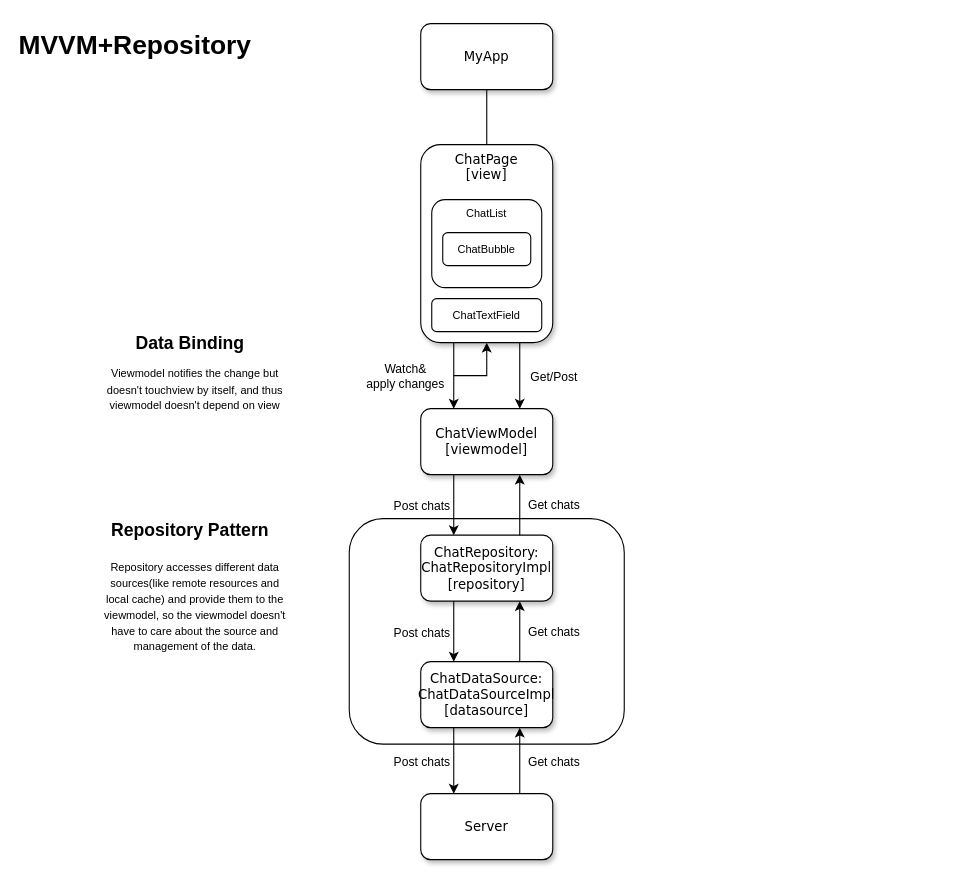
Above: lib/chatapp.drawio in TakabayaP/chatapp (draw.io), before the change. Source tidied: cells renumbered, new cells numbered last; positions are measured from the earlier drawing's top-left corner, leaving out a move shared by most shapes. Both pictures are drawn from the tidied source at 110%, with x=0, y=0 at pixel (79, 23).
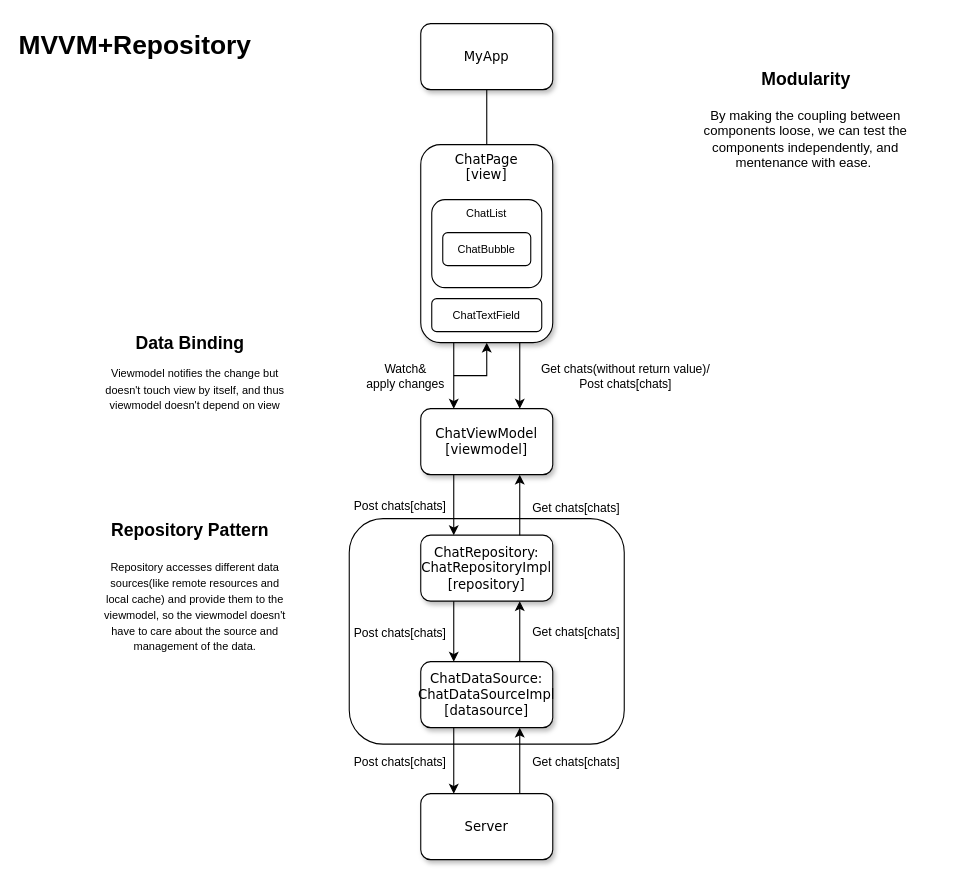
Above is the later version.

Commit message:
update: add description of modularity

Unchanged cells that the change refers to:
```xml
<mxCell id="11" style="endArrow=classic;html=1;rounded=0;labelBorderColor=none;comic=0;exitX=0.75;exitY=0;exitDx=0;exitDy=0;entryX=0.75;entryY=1;entryDx=0;entryDy=0;" parent="1" edge="1" source="10" target="7">
  <mxGeometry relative="1" as="geometry" />
</mxCell>
<mxCell id="13" style="endArrow=classic;html=1;rounded=0;labelBorderColor=none;comic=0;exitX=0.25;exitY=1;exitDx=0;exitDy=0;entryX=0.25;entryY=0;entryDx=0;entryDy=0;" parent="1" edge="1" source="7" target="10">
  <mxGeometry relative="1" as="geometry" />
</mxCell>
<mxCell id="15" style="endArrow=classic;html=1;rounded=0;labelBorderColor=none;comic=0;exitX=0.75;exitY=1;exitDx=0;exitDy=0;entryX=0.75;entryY=0;entryDx=0;entryDy=0;" parent="1" edge="1" source="5" target="7">
  <mxGeometry relative="1" as="geometry">
    <Array as="points">
      <mxPoint x="400" y="320" />
    </Array>
  </mxGeometry>
</mxCell>
<mxCell id="18" style="endArrow=classic;html=1;rounded=0;labelBorderColor=none;comic=0;exitX=0.25;exitY=1;exitDx=0;exitDy=0;entryX=0.25;entryY=0;entryDx=0;entryDy=0;" parent="1" edge="1" source="10" target="17">
  <mxGeometry relative="1" as="geometry" />
</mxCell>
<mxCell id="20" style="endArrow=classic;html=1;rounded=0;labelBorderColor=none;comic=0;exitX=0.75;exitY=0;exitDx=0;exitDy=0;entryX=0.75;entryY=1;entryDx=0;entryDy=0;" parent="1" edge="1" source="17" target="10">
  <mxGeometry relative="1" as="geometry" />
</mxCell>
<mxCell id="23" style="endArrow=classic;html=1;rounded=0;labelBorderColor=none;comic=0;exitX=0.25;exitY=1;exitDx=0;exitDy=0;entryX=0.25;entryY=0;entryDx=0;entryDy=0;" parent="1" edge="1" source="17" target="22">
  <mxGeometry relative="1" as="geometry" />
</mxCell>
<mxCell id="25" style="endArrow=classic;html=1;rounded=0;labelBorderColor=none;comic=0;exitX=0.75;exitY=0;exitDx=0;exitDy=0;entryX=0.75;entryY=1;entryDx=0;entryDy=0;" parent="1" edge="1" source="22">
  <mxGeometry relative="1" as="geometry">
    <mxPoint x="400" y="640" as="targetPoint" />
  </mxGeometry>
</mxCell>
```

Change to the diagram source:
```diff
@@
-    <mxCell id="12" value="Get chats" style="edgeLabel;html=1;align=center;verticalAlign=middle;" parent="11" vertex="1">
+    <mxCell id="12" value="Get chats[chats]" style="edgeLabel;html=1;align=center;verticalAlign=middle;" parent="11" vertex="1">
       <mxGeometry relative="1" as="geometry">
-        <mxPoint x="30" as="offset" />
+        <mxPoint x="50" y="2" as="offset" />
       </mxGeometry>
     </mxCell>
@@
-    <mxCell id="14" value="Post chats" style="edgeLabel;html=1;align=center;verticalAlign=middle;" parent="13" vertex="1">
+    <mxCell id="14" value="Post chats[chats]" style="edgeLabel;html=1;align=center;verticalAlign=middle;" parent="13" vertex="1">
       <mxGeometry relative="1" as="geometry">
-        <mxPoint x="-30" as="offset" />
+        <mxPoint x="-50" as="offset" />
       </mxGeometry>
     </mxCell>
@@
-    <mxCell id="16" value="Get/Post" style="edgeLabel;html=1;align=center;verticalAlign=middle;" parent="15" vertex="1">
+    <mxCell id="16" value="Get chats(without return value)/&lt;br&gt;Post chats[chats]" style="edgeLabel;html=1;align=center;verticalAlign=middle;" parent="15" vertex="1">
       <mxGeometry relative="1" as="geometry">
-        <mxPoint x="30" as="offset" />
+        <mxPoint x="95" as="offset" />
       </mxGeometry>
     </mxCell>
@@
-    <mxCell id="19" value="Post chats" style="edgeLabel;html=1;align=center;verticalAlign=middle;" parent="18" vertex="1">
+    <mxCell id="19" value="Post chats[chats]" style="edgeLabel;html=1;align=center;verticalAlign=middle;" parent="18" vertex="1">
       <mxGeometry relative="1" as="geometry">
-        <mxPoint x="-30" as="offset" />
+        <mxPoint x="-50" as="offset" />
       </mxGeometry>
     </mxCell>
@@
-    <mxCell id="21" value="Get chats" style="edgeLabel;html=1;align=center;verticalAlign=middle;" parent="20" vertex="1">
+    <mxCell id="21" value="Get chats[chats]" style="edgeLabel;html=1;align=center;verticalAlign=middle;" parent="20" vertex="1">
       <mxGeometry relative="1" as="geometry">
-        <mxPoint x="30" as="offset" />
+        <mxPoint x="50" as="offset" />
       </mxGeometry>
     </mxCell>
@@
-    <mxCell id="24" value="Post chats" style="edgeLabel;html=1;align=center;verticalAlign=middle;" parent="23" vertex="1">
+    <mxCell id="24" value="Post chats[chats]" style="edgeLabel;html=1;align=center;verticalAlign=middle;" parent="23" vertex="1">
       <mxGeometry relative="1" as="geometry">
-        <mxPoint x="-30" as="offset" />
+        <mxPoint x="-50" as="offset" />
       </mxGeometry>
     </mxCell>
@@
-    <mxCell id="26" value="Get chats" style="edgeLabel;html=1;align=center;verticalAlign=middle;" parent="25" vertex="1">
+    <mxCell id="26" value="Get chats[chats]" style="edgeLabel;html=1;align=center;verticalAlign=middle;" parent="25" vertex="1">
       <mxGeometry relative="1" as="geometry">
-        <mxPoint x="30" as="offset" />
+        <mxPoint x="50" as="offset" />
       </mxGeometry>
     </mxCell>
-    <mxCell id="27" value="&lt;font style=&quot;font-size: 10px&quot;&gt;&lt;br&gt;Viewmodel notifies the change but doesn't touchview by itself, and thus viewmodel doesn't depend on view&lt;/font&gt;" style="text;html=1;strokeColor=none;fillColor=none;align=center;verticalAlign=middle;whiteSpace=wrap;rounded=0;" parent="1" vertex="1">
+    <mxCell id="27" value="&lt;font style=&quot;font-size: 10px&quot;&gt;&lt;br&gt;Viewmodel notifies the change but doesn't touch view by itself, and thus viewmodel doesn't depend on view&lt;/font&gt;" style="text;html=1;strokeColor=none;fillColor=none;align=center;verticalAlign=middle;whiteSpace=wrap;rounded=0;" parent="1" vertex="1">
       <mxGeometry x="20" y="280" width="170" height="90" as="geometry" />
     </mxCell>
@@
+    <mxCell id="35" value="By making the coupling between components loose, we can test the components independently, and mentenance with ease.&amp;nbsp;" style="text;html=1;strokeColor=none;fillColor=none;align=center;verticalAlign=top;whiteSpace=wrap;rounded=0;" parent="1" vertex="1">
+      <mxGeometry x="540" y="70" width="240" height="140" as="geometry" />
+    </mxCell>
+    <mxCell id="36" value="Modularity" style="text;strokeColor=none;fillColor=none;html=1;fontSize=16;fontStyle=1;verticalAlign=middle;align=center;" parent="1" vertex="1">
+      <mxGeometry x="610" y="30" width="100" height="40" as="geometry" />
+    </mxCell>
```
